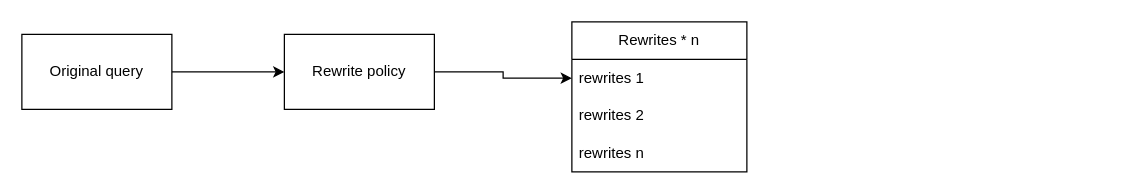
The draw.io diagram Untitled Diagram.drawio in ethanchan61/offline_dqn, before the edit. Source tidied: cells renumbered, new cells numbered last; positions are measured from the earlier drawing's top-left corner, leaving out a move shared by most shapes. Both pictures are drawn from the tidied source at 125%, with x=0, y=0 at pixel (21, 21).
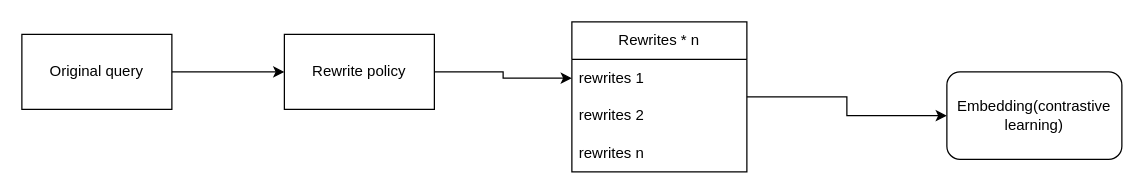
The same page after the edit.

Change to the diagram source:
```diff
@@
 <mxGraphModel>
   <root>
     <mxCell id="0" />
     <mxCell id="1" parent="0" />
     <mxCell id="2" style="edgeStyle=orthogonalEdgeStyle;rounded=0;jettySize=auto;html=1;entryX=0;entryY=0.5;entryDx=0;entryDy=0;" parent="1" edge="1" source="3" target="5">
       <mxGeometry relative="1" as="geometry" />
     </mxCell>
     <mxCell id="3" value="Original query" style="rounded=0;whiteSpace=wrap;html=1;" parent="1" vertex="1">
       <mxGeometry y="10" width="120" height="60" as="geometry" />
     </mxCell>
     <mxCell id="4" style="edgeStyle=orthogonalEdgeStyle;rounded=0;jettySize=auto;html=1;entryX=0;entryY=0.5;entryDx=0;entryDy=0;" parent="1" edge="1" source="5" target="7">
       <mxGeometry relative="1" as="geometry" />
     </mxCell>
     <mxCell id="5" value="Rewrite policy" style="rounded=0;whiteSpace=wrap;html=1;" parent="1" vertex="1">
       <mxGeometry x="210" y="10" width="120" height="60" as="geometry" />
     </mxCell>
+    <mxCell id="10" style="edgeStyle=orthogonalEdgeStyle;rounded=0;jettySize=auto;html=1;entryX=0;entryY=0.5;entryDx=0;entryDy=0;" parent="1" edge="1" source="6" target="11">
+      <mxGeometry relative="1" as="geometry" />
+    </mxCell>
     <mxCell id="6" value="Rewrites * n" style="swimlane;fontStyle=0;horizontal=1;startSize=30;whiteSpace=wrap;html=1;" parent="1" vertex="1">
       <mxGeometry x="440" width="140" height="120" as="geometry" />
     </mxCell>
     <mxCell id="7" value="rewrites 1" style="text;strokeColor=none;fillColor=none;align=left;verticalAlign=middle;spacingLeft=4;spacingRight=4;overflow=hidden;points=[[0,0.5],[1,0.5]];portConstraint=eastwest;whiteSpace=wrap;html=1;" parent="6" vertex="1">
       <mxGeometry y="30" width="140" height="30" as="geometry" />
     </mxCell>
     <mxCell id="8" value="rewrites 2" style="text;strokeColor=none;fillColor=none;align=left;verticalAlign=middle;spacingLeft=4;spacingRight=4;overflow=hidden;whiteSpace=wrap;html=1;" parent="6" vertex="1">
       <mxGeometry y="60" width="140" height="30" as="geometry" />
     </mxCell>
     <mxCell id="9" value="rewrites n" style="text;strokeColor=none;fillColor=none;align=left;verticalAlign=middle;spacingLeft=4;spacingRight=4;overflow=hidden;whiteSpace=wrap;html=1;" parent="6" vertex="1">
       <mxGeometry y="90" width="140" height="30" as="geometry" />
     </mxCell>
+    <mxCell id="11" value="Embedding(contrastive learning)" style="rounded=1;whiteSpace=wrap;html=1;" parent="1" vertex="1">
+      <mxGeometry x="740" y="40" width="140" height="70" as="geometry" />
+    </mxCell>
   </root>
 </mxGraphModel>
```
